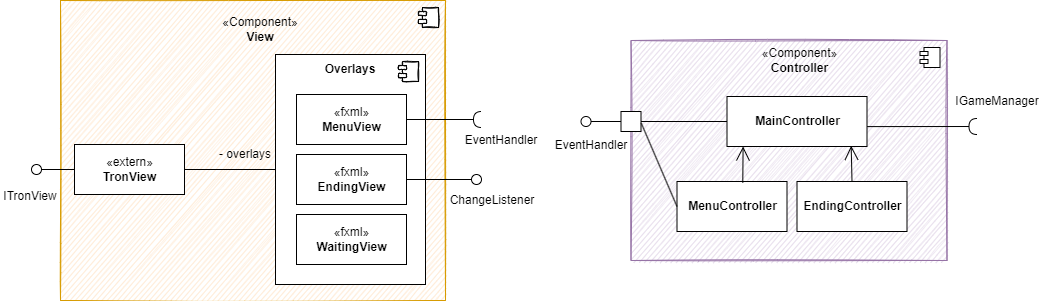
Earlier version of the draw.io export diagrams/bs_layer2_view_controller.png (sckoenig/Distributed-Tron). Source tidied: cells renumbered, new cells last; positions are measured from the earlier drawing's top-left corner, leaving out a move shared by most shapes.
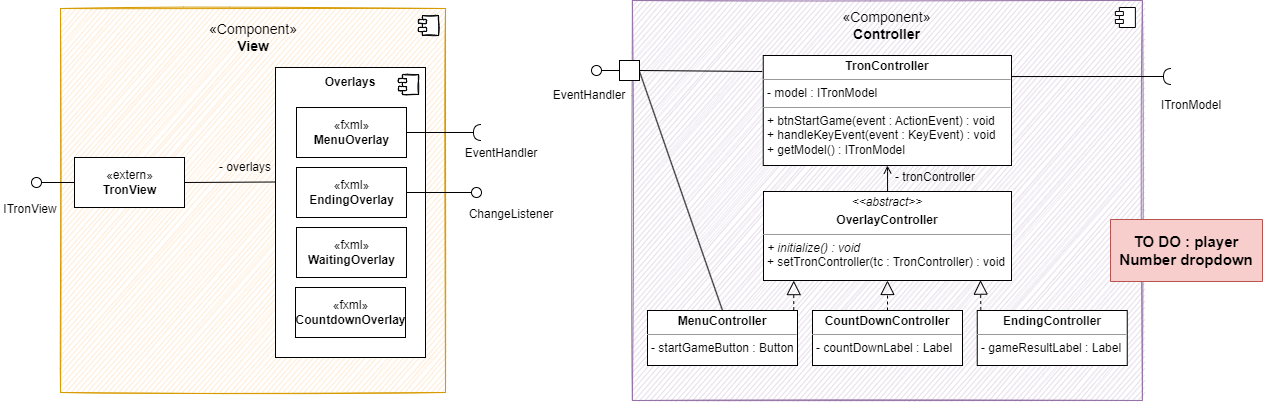
Above is the later version.

The edit, as a diff of the source:
```diff
@@ -3,21 +3,21 @@
     <mxCell id="0" />
     <mxCell id="1" parent="0" />
     <mxCell id="2" style="html=1;fillColor=#ffe6cc;strokeColor=#d79b00;sketch=1;" parent="1" vertex="1">
-      <mxGeometry x="60" width="385" height="300" as="geometry" />
+      <mxGeometry x="60" y="-5" width="385" height="384" as="geometry" />
     </mxCell>
     <mxCell id="3" style="shape=module;jettyWidth=8;jettyHeight=4;sketch=1;" parent="2" vertex="1">
       <mxGeometry x="1" width="20" height="20" relative="1" as="geometry">
         <mxPoint x="-27" y="7" as="offset" />
       </mxGeometry>
     </mxCell>
-    <mxCell id="4" value="&lt;span style=&quot;&quot;&gt;«Component»&lt;/span&gt;&lt;br style=&quot;&quot;&gt;&lt;b style=&quot;&quot;&gt;View&lt;/b&gt;" style="text;html=1;strokeColor=none;fillColor=none;align=center;verticalAlign=middle;whiteSpace=wrap;rounded=0;sketch=1;" parent="1" vertex="1">
-      <mxGeometry x="230" y="14" width="60" height="30" as="geometry" />
+    <mxCell id="4" value="&lt;font style=&quot;font-size: 14px;&quot;&gt;&lt;span style=&quot;&quot;&gt;«Component»&lt;/span&gt;&lt;br style=&quot;&quot;&gt;&lt;b style=&quot;&quot;&gt;View&lt;/b&gt;&lt;/font&gt;" style="text;html=1;strokeColor=none;fillColor=none;align=center;verticalAlign=middle;whiteSpace=wrap;rounded=0;sketch=1;" parent="1" vertex="1">
+      <mxGeometry x="222.5" y="9" width="60" height="30" as="geometry" />
     </mxCell>
     <mxCell id="5" value="«extern»&lt;br&gt;&lt;b&gt;TronView&lt;/b&gt;" style="html=1;fillColor=default;sketch=0;" parent="1" vertex="1">
       <mxGeometry x="74" y="144" width="110" height="50" as="geometry" />
     </mxCell>
     <mxCell id="6" style="html=1;sketch=0;" parent="1" vertex="1">
-      <mxGeometry x="275" y="54" width="150" height="230" as="geometry" />
+      <mxGeometry x="275" y="54" width="150" height="290" as="geometry" />
     </mxCell>
     <mxCell id="7" style="shape=module;jettyWidth=8;jettyHeight=4;sketch=1;" parent="6" vertex="1">
       <mxGeometry x="1" width="20" height="20" relative="1" as="geometry">
@@ -27,16 +27,16 @@
     <mxCell id="8" value="&lt;b&gt;Overlays&lt;/b&gt;" style="text;html=1;strokeColor=none;fillColor=none;align=center;verticalAlign=middle;whiteSpace=wrap;rounded=0;sketch=1;" parent="1" vertex="1">
       <mxGeometry x="320" y="54" width="60" height="30" as="geometry" />
     </mxCell>
-    <mxCell id="9" value="«fxml»&lt;br&gt;&lt;b&gt;MenuView&lt;/b&gt;" style="html=1;fillColor=default;sketch=0;" parent="1" vertex="1">
+    <mxCell id="9" value="«fxml»&lt;br&gt;&lt;b&gt;MenuOverlay&lt;/b&gt;" style="html=1;fillColor=default;sketch=0;" parent="1" vertex="1">
       <mxGeometry x="296" y="94" width="110" height="50" as="geometry" />
     </mxCell>
-    <mxCell id="10" value="«fxml»&lt;br&gt;&lt;b&gt;EndingView&lt;/b&gt;" style="html=1;fillColor=default;sketch=0;" parent="1" vertex="1">
+    <mxCell id="10" value="«fxml»&lt;br&gt;&lt;b&gt;EndingOverlay&lt;/b&gt;" style="html=1;fillColor=default;sketch=0;" parent="1" vertex="1">
       <mxGeometry x="296" y="154" width="110" height="50" as="geometry" />
     </mxCell>
-    <mxCell id="11" value="«fxml»&lt;br&gt;&lt;b&gt;WaitingView&lt;/b&gt;" style="html=1;fillColor=default;sketch=0;" parent="1" vertex="1">
+    <mxCell id="11" value="«fxml»&lt;br&gt;&lt;b&gt;WaitingOverlay&lt;/b&gt;" style="html=1;fillColor=default;sketch=0;" parent="1" vertex="1">
       <mxGeometry x="296" y="214" width="110" height="50" as="geometry" />
     </mxCell>
-    <mxCell id="12" style="endArrow=none;endFill=0;endSize=24;html=1;rounded=0;entryX=1;entryY=0.5;entryDx=0;entryDy=0;exitX=0;exitY=0.5;exitDx=0;exitDy=0;sketch=0;" parent="1" edge="1" source="6" target="5">
+    <mxCell id="12" style="endArrow=none;endFill=0;endSize=24;html=1;rounded=0;entryX=1;entryY=0.5;entryDx=0;entryDy=0;sketch=0;exitX=1;exitY=1;exitDx=0;exitDy=0;" parent="1" edge="1" source="26" target="5">
       <mxGeometry relative="1" as="geometry" />
     </mxCell>
     <mxCell id="13" style="rounded=0;jettySize=auto;html=1;endArrow=none;endFill=0;sketch=0;sourcePerimeterSpacing=0;targetPerimeterSpacing=0;exitX=0;exitY=0.5;exitDx=0;exitDy=0;" parent="1" edge="1" source="5" target="14">
@@ -49,76 +49,100 @@
       <mxGeometry y="181" width="60" height="30" as="geometry" />
     </mxCell>
     <mxCell id="16" style="html=1;fillColor=#e1d5e7;strokeColor=#9673a6;sketch=1;" parent="1" vertex="1">
-      <mxGeometry x="630.5" y="40" width="316" height="220" as="geometry" />
+      <mxGeometry x="631.9" y="-13" width="510" height="400" as="geometry" />
     </mxCell>
     <mxCell id="17" style="shape=module;jettyWidth=8;jettyHeight=4;sketch=0;" parent="16" vertex="1">
       <mxGeometry x="1" width="20" height="20" relative="1" as="geometry">
         <mxPoint x="-27" y="7" as="offset" />
       </mxGeometry>
     </mxCell>
-    <mxCell id="18" value="&lt;span style=&quot;&quot;&gt;«Component»&lt;/span&gt;&lt;br style=&quot;&quot;&gt;&lt;b style=&quot;&quot;&gt;Controller&lt;/b&gt;" style="text;html=1;strokeColor=none;fillColor=none;align=center;verticalAlign=middle;whiteSpace=wrap;rounded=0;sketch=0;" parent="1" vertex="1">
-      <mxGeometry x="771.5" y="45" width="55" height="30" as="geometry" />
+    <mxCell id="18" value="&lt;font style=&quot;font-size: 14px;&quot;&gt;&lt;span style=&quot;&quot;&gt;«Component»&lt;/span&gt;&lt;br style=&quot;&quot;&gt;&lt;b style=&quot;&quot;&gt;Controller&lt;/b&gt;&lt;/font&gt;" style="text;html=1;strokeColor=none;fillColor=none;align=center;verticalAlign=middle;whiteSpace=wrap;rounded=0;sketch=0;" parent="1" vertex="1">
+      <mxGeometry x="859.4" y="-3" width="55" height="30" as="geometry" />
     </mxCell>
-    <mxCell id="19" value="&lt;b&gt;MainController&lt;/b&gt;" style="html=1;fillColor=default;sketch=0;" parent="1" vertex="1">
-      <mxGeometry x="726.5" y="96" width="140" height="50" as="geometry" />
+    <mxCell id="19" style="rounded=0;orthogonalLoop=1;jettySize=auto;html=1;endArrow=halfCircle;endFill=0;endSize=6;strokeWidth=1;sketch=0;exitX=1.001;exitY=0.602;exitDx=0;exitDy=0;exitPerimeter=0;" parent="1" edge="1">
+      <mxGeometry relative="1" as="geometry">
+        <mxPoint x="901.9" y="63.1" as="sourcePoint" />
+        <mxPoint x="1171" y="63" as="targetPoint" />
+      </mxGeometry>
     </mxCell>
-    <mxCell id="20" value="&lt;b&gt;MenuController&lt;/b&gt;" style="html=1;fillColor=default;sketch=0;" parent="1" vertex="1">
-      <mxGeometry x="676.5" y="181" width="110" height="50" as="geometry" />
+    <mxCell id="20" value="- tronController" style="text;html=1;strokeColor=none;fillColor=none;align=center;verticalAlign=middle;whiteSpace=wrap;rounded=0;sketch=0;" parent="1" vertex="1">
+      <mxGeometry x="875" y="149" width="120" height="30" as="geometry" />
     </mxCell>
-    <mxCell id="21" style="endArrow=open;endFill=1;endSize=12;html=1;rounded=0;entryX=0.115;entryY=1;entryDx=0;entryDy=0;exitX=0.598;exitY=0.022;exitDx=0;exitDy=0;sketch=0;entryPerimeter=0;exitPerimeter=0;" parent="1" edge="1" source="20" target="19">
-      <mxGeometry relative="1" as="geometry" />
+    <mxCell id="21" style="rounded=0;jettySize=auto;html=1;endArrow=halfCircle;endFill=0;endSize=6;strokeWidth=1;sketch=0;" parent="1" edge="1" source="9">
+      <mxGeometry relative="1" as="geometry">
+        <mxPoint x="481" y="119" as="targetPoint" />
+      </mxGeometry>
     </mxCell>
-    <mxCell id="22" style="rounded=0;jettySize=auto;html=1;endArrow=halfCircle;endFill=0;endSize=6;strokeWidth=1;sketch=0;exitX=1.001;exitY=0.602;exitDx=0;exitDy=0;exitPerimeter=0;" parent="1" edge="1" source="19">
-      <mxGeometry relative="1" as="geometry">
-        <mxPoint x="976.5" y="126" as="targetPoint" />
-      </mxGeometry>
+    <mxCell id="22" value="EventHandler" style="text;html=1;strokeColor=none;fillColor=none;align=center;verticalAlign=middle;whiteSpace=wrap;rounded=0;sketch=1;" parent="1" vertex="1">
+      <mxGeometry x="471" y="125" width="60" height="30" as="geometry" />
     </mxCell>
-    <mxCell id="23" value="IGameManager" style="text;html=1;strokeColor=none;fillColor=none;align=center;verticalAlign=middle;whiteSpace=wrap;rounded=0;sketch=0;" parent="1" vertex="1">
-      <mxGeometry x="966.5" y="86" width="60" height="30" as="geometry" />
+    <mxCell id="23" style="ellipse;whiteSpace=wrap;html=1;align=center;points=[];outlineConnect=0;sketch=0;" parent="1" vertex="1">
+      <mxGeometry x="591" y="52" width="10" height="10" as="geometry" />
     </mxCell>
-    <mxCell id="24" style="rounded=0;jettySize=auto;html=1;endArrow=halfCircle;endFill=0;endSize=6;strokeWidth=1;sketch=0;" parent="1" edge="1" source="9">
-      <mxGeometry relative="1" as="geometry">
-        <mxPoint x="481" y="119" as="targetPoint" />
-      </mxGeometry>
+    <mxCell id="24" style="rounded=0;jettySize=auto;html=1;endArrow=none;endFill=0;sketch=0;sourcePerimeterSpacing=0;targetPerimeterSpacing=0;exitX=0;exitY=0.5;exitDx=0;exitDy=0;" parent="1" edge="1" source="27" target="23">
+      <mxGeometry relative="1" as="geometry" />
     </mxCell>
-    <mxCell id="25" value="EventHandler" style="text;html=1;strokeColor=none;fillColor=none;align=center;verticalAlign=middle;whiteSpace=wrap;rounded=0;sketch=1;" parent="1" vertex="1">
-      <mxGeometry x="471" y="125" width="60" height="30" as="geometry" />
+    <mxCell id="25" value="EventHandler" style="text;html=1;strokeColor=none;fillColor=none;align=center;verticalAlign=middle;whiteSpace=wrap;rounded=0;sketch=0;" parent="1" vertex="1">
+      <mxGeometry x="559" y="67" width="60" height="30" as="geometry" />
     </mxCell>
-    <mxCell id="26" style="ellipse;whiteSpace=wrap;html=1;align=center;points=[];outlineConnect=0;sketch=0;" parent="1" vertex="1">
-      <mxGeometry x="580.5" y="116" width="10" height="10" as="geometry" />
+    <mxCell id="26" value="- overlays" style="text;html=1;strokeColor=none;fillColor=none;align=center;verticalAlign=middle;whiteSpace=wrap;rounded=0;sketch=1;" parent="1" vertex="1">
+      <mxGeometry x="215" y="138.5" width="60" height="30" as="geometry" />
     </mxCell>
-    <mxCell id="27" style="rounded=0;jettySize=auto;html=1;endArrow=none;endFill=0;sketch=0;sourcePerimeterSpacing=0;targetPerimeterSpacing=0;exitX=0;exitY=0.5;exitDx=0;exitDy=0;" parent="1" edge="1" source="30" target="26">
-      <mxGeometry relative="1" as="geometry" />
+    <mxCell id="27" style="whiteSpace=wrap;html=1;sketch=0;" parent="1" vertex="1">
+      <mxGeometry x="619" y="47" width="20" height="20" as="geometry" />
     </mxCell>
-    <mxCell id="28" value="EventHandler" style="text;html=1;strokeColor=none;fillColor=none;align=center;verticalAlign=middle;whiteSpace=wrap;rounded=0;sketch=0;" parent="1" vertex="1">
-      <mxGeometry x="560.5" y="130" width="60" height="30" as="geometry" />
+    <mxCell id="28" style="endArrow=none;endSize=12;html=1;rounded=0;exitX=1;exitY=0.5;exitDx=0;exitDy=0;endFill=0;sketch=0;" parent="1" edge="1" source="27">
+      <mxGeometry relative="1" as="geometry">
+        <mxPoint x="761.8" y="58" as="targetPoint" />
+      </mxGeometry>
     </mxCell>
-    <mxCell id="29" value="- overlays" style="text;html=1;strokeColor=none;fillColor=none;align=center;verticalAlign=middle;whiteSpace=wrap;rounded=0;sketch=1;" parent="1" vertex="1">
-      <mxGeometry x="215" y="138.5" width="60" height="30" as="geometry" />
+    <mxCell id="29" style="endArrow=none;endSize=12;html=1;rounded=0;exitX=1.014;exitY=0.584;exitDx=0;exitDy=0;entryX=0.5;entryY=0;entryDx=0;entryDy=0;exitPerimeter=0;endFill=0;sketch=0;" parent="1" edge="1" source="27" target="38">
+      <mxGeometry x="0.03" y="10" relative="1" as="geometry" />
     </mxCell>
-    <mxCell id="30" style="whiteSpace=wrap;html=1;sketch=0;" parent="1" vertex="1">
-      <mxGeometry x="620.5" y="111" width="20" height="20" as="geometry" />
+    <mxCell id="30" style="rounded=0;jettySize=auto;html=1;endArrow=none;endFill=0;sketch=0;sourcePerimeterSpacing=0;targetPerimeterSpacing=0;exitX=1;exitY=0.5;exitDx=0;exitDy=0;" parent="1" edge="1" source="10" target="31">
+      <mxGeometry relative="1" as="geometry" />
     </mxCell>
-    <mxCell id="31" style="endArrow=none;endSize=12;html=1;rounded=0;exitX=1;exitY=0.5;exitDx=0;exitDy=0;endFill=0;sketch=0;" parent="1" edge="1" source="30" target="19">
-      <mxGeometry relative="1" as="geometry" />
+    <mxCell id="31" style="ellipse;whiteSpace=wrap;html=1;align=center;points=[];outlineConnect=0;sketch=0;" parent="1" vertex="1">
+      <mxGeometry x="471" y="174" width="10" height="10" as="geometry" />
     </mxCell>
-    <mxCell id="32" style="endArrow=none;endSize=12;html=1;rounded=0;exitX=1.014;exitY=0.584;exitDx=0;exitDy=0;entryX=0;entryY=0.5;entryDx=0;entryDy=0;exitPerimeter=0;endFill=0;sketch=0;" parent="1" edge="1" source="30" target="20">
-      <mxGeometry x="0.03" y="10" relative="1" as="geometry" />
+    <mxCell id="32" value="ChangeListener" style="text;html=1;strokeColor=none;fillColor=none;align=center;verticalAlign=middle;whiteSpace=wrap;rounded=0;" parent="1" vertex="1">
+      <mxGeometry x="480.8" y="186" width="60" height="30" as="geometry" />
     </mxCell>
-    <mxCell id="33" value="&lt;b&gt;EndingController&lt;/b&gt;" style="html=1;fillColor=default;sketch=0;" parent="1" vertex="1">
-      <mxGeometry x="796.5" y="181" width="110" height="50" as="geometry" />
+    <mxCell id="33" value="«fxml»&lt;br&gt;&lt;b&gt;CountdownOverlay&lt;/b&gt;" style="html=1;fillColor=default;sketch=0;" parent="1" vertex="1">
+      <mxGeometry x="295" y="274" width="110" height="50" as="geometry" />
     </mxCell>
-    <mxCell id="34" style="endArrow=open;endFill=1;endSize=12;html=1;rounded=0;exitX=0.5;exitY=0;exitDx=0;exitDy=0;sketch=0;entryX=0.887;entryY=0.986;entryDx=0;entryDy=0;entryPerimeter=0;" parent="1" edge="1" source="33" target="19">
+    <mxCell id="34" style="edgeStyle=orthogonalEdgeStyle;rounded=0;sketch=0;jettySize=auto;html=1;entryX=0.5;entryY=1;entryDx=0;entryDy=0;strokeColor=#000000;fontSize=12;endArrow=open;endFill=0;endSize=6;" parent="1" edge="1" source="35" target="39">
       <mxGeometry relative="1" as="geometry" />
     </mxCell>
-    <mxCell id="35" style="rounded=0;jettySize=auto;html=1;endArrow=none;endFill=0;sketch=0;sourcePerimeterSpacing=0;targetPerimeterSpacing=0;exitX=1;exitY=0.5;exitDx=0;exitDy=0;" parent="1" edge="1" source="10" target="36">
-      <mxGeometry relative="1" as="geometry" />
+    <mxCell id="35" value="&lt;p style=&quot;margin:0px;margin-top:4px;text-align:center;&quot;&gt;&lt;i&gt;&amp;lt;&amp;lt;abstract&lt;/i&gt;&lt;i style=&quot;background-color: initial;&quot;&gt;&amp;gt;&amp;gt;&lt;/i&gt;&lt;/p&gt;&lt;p style=&quot;margin:0px;margin-top:4px;text-align:center;&quot;&gt;&lt;b&gt;OverlayController&lt;/b&gt;&lt;/p&gt;&lt;hr size=&quot;1&quot;&gt;&lt;p style=&quot;margin: 0px 0px 0px 4px;&quot;&gt;&lt;i&gt;+ initialize() : void&lt;/i&gt;&lt;/p&gt;&lt;p style=&quot;margin: 0px 0px 0px 4px;&quot;&gt;+ setTronController(tc : TronController) : void&lt;/p&gt;&lt;div style=&quot;padding: 0px; margin: 0px;&quot;&gt;&lt;br style=&quot;padding: 0px; margin: 0px;&quot;&gt;&lt;/div&gt;&lt;div style=&quot;padding: 0px; margin: 0px;&quot;&gt;&lt;br style=&quot;padding: 0px; margin: 0px;&quot;&gt;&lt;/div&gt;&lt;div style=&quot;padding: 0px; margin: 0px;&quot;&gt;&lt;br style=&quot;padding: 0px; margin: 0px;&quot;&gt;&lt;/div&gt;&lt;p style=&quot;margin:0px;margin-left:4px;&quot;&gt;&lt;br&gt;&lt;/p&gt;" style="verticalAlign=top;align=left;overflow=fill;fontSize=12;fontFamily=Helvetica;html=1;" parent="1" vertex="1">
+      <mxGeometry x="763" y="178" width="248" height="89" as="geometry" />
     </mxCell>
-    <mxCell id="36" style="ellipse;whiteSpace=wrap;html=1;align=center;points=[];outlineConnect=0;sketch=0;" parent="1" vertex="1">
-      <mxGeometry x="471" y="174" width="10" height="10" as="geometry" />
+    <mxCell id="36" value="&lt;p style=&quot;margin:0px;margin-top:4px;text-align:center;&quot;&gt;&lt;span style=&quot;font-weight: 700;&quot;&gt;EndingController&lt;/span&gt;&lt;br&gt;&lt;/p&gt;&lt;hr size=&quot;1&quot;&gt;&lt;p style=&quot;margin:0px;margin-left:4px;&quot;&gt;- gameResultLabel : Label&lt;/p&gt;&lt;p style=&quot;margin:0px;margin-left:4px;&quot;&gt;&lt;br&gt;&lt;/p&gt;&lt;div style=&quot;padding: 0px; margin: 0px;&quot;&gt;&lt;br style=&quot;padding: 0px; margin: 0px;&quot;&gt;&lt;/div&gt;&lt;div style=&quot;padding: 0px; margin: 0px;&quot;&gt;&lt;br style=&quot;padding: 0px; margin: 0px;&quot;&gt;&lt;/div&gt;&lt;div style=&quot;padding: 0px; margin: 0px;&quot;&gt;&lt;br style=&quot;padding: 0px; margin: 0px;&quot;&gt;&lt;/div&gt;" style="verticalAlign=top;align=left;overflow=fill;fontSize=12;fontFamily=Helvetica;html=1;sketch=0;fillColor=default;" parent="1" vertex="1">
+      <mxGeometry x="976.8" y="297" width="150" height="55" as="geometry" />
     </mxCell>
-    <mxCell id="37" value="ChangeListener" style="text;html=1;strokeColor=none;fillColor=none;align=center;verticalAlign=middle;whiteSpace=wrap;rounded=0;" parent="1" vertex="1">
-      <mxGeometry x="462" y="185" width="60" height="30" as="geometry" />
+    <mxCell id="37" value="&lt;p style=&quot;margin:0px;margin-top:4px;text-align:center;&quot;&gt;&lt;span style=&quot;font-weight: 700;&quot;&gt;CountDownController&lt;/span&gt;&lt;br&gt;&lt;/p&gt;&lt;hr size=&quot;1&quot;&gt;&lt;p style=&quot;margin:0px;margin-left:4px;&quot;&gt;- countDownLabel : Label&lt;/p&gt;&lt;p style=&quot;margin:0px;margin-left:4px;&quot;&gt;&lt;br&gt;&lt;/p&gt;&lt;div style=&quot;padding: 0px; margin: 0px;&quot;&gt;&lt;br style=&quot;padding: 0px; margin: 0px;&quot;&gt;&lt;/div&gt;&lt;div style=&quot;padding: 0px; margin: 0px;&quot;&gt;&lt;br style=&quot;padding: 0px; margin: 0px;&quot;&gt;&lt;/div&gt;&lt;div style=&quot;padding: 0px; margin: 0px;&quot;&gt;&lt;br style=&quot;padding: 0px; margin: 0px;&quot;&gt;&lt;/div&gt;" style="verticalAlign=top;align=left;overflow=fill;fontSize=12;fontFamily=Helvetica;html=1;sketch=0;fillColor=default;" parent="1" vertex="1">
+      <mxGeometry x="812" y="297" width="150" height="55" as="geometry" />
     </mxCell>
+    <mxCell id="38" value="&lt;p style=&quot;margin:0px;margin-top:4px;text-align:center;&quot;&gt;&lt;span style=&quot;font-weight: 700;&quot;&gt;MenuController&lt;/span&gt;&lt;br&gt;&lt;/p&gt;&lt;hr size=&quot;1&quot;&gt;&lt;p style=&quot;margin:0px;margin-left:4px;&quot;&gt;- startGameButton : Button&lt;/p&gt;&lt;p style=&quot;margin:0px;margin-left:4px;&quot;&gt;&lt;br&gt;&lt;/p&gt;&lt;div style=&quot;padding: 0px; margin: 0px;&quot;&gt;&lt;br style=&quot;padding: 0px; margin: 0px;&quot;&gt;&lt;/div&gt;&lt;div style=&quot;padding: 0px; margin: 0px;&quot;&gt;&lt;br style=&quot;padding: 0px; margin: 0px;&quot;&gt;&lt;/div&gt;&lt;div style=&quot;padding: 0px; margin: 0px;&quot;&gt;&lt;br style=&quot;padding: 0px; margin: 0px;&quot;&gt;&lt;/div&gt;" style="verticalAlign=top;align=left;overflow=fill;fontSize=12;fontFamily=Helvetica;html=1;sketch=0;fillColor=default;" parent="1" vertex="1">
+      <mxGeometry x="647" y="297" width="150" height="55" as="geometry" />
+    </mxCell>
+    <mxCell id="39" value="&lt;p style=&quot;margin:0px;margin-top:4px;text-align:center;&quot;&gt;&lt;span style=&quot;font-weight: 700;&quot;&gt;TronController&lt;/span&gt;&lt;br&gt;&lt;/p&gt;&lt;hr size=&quot;1&quot;&gt;&lt;p style=&quot;margin:0px;margin-left:4px;&quot;&gt;- model : ITronModel&lt;/p&gt;&lt;hr size=&quot;1&quot;&gt;&lt;p style=&quot;margin:0px;margin-left:4px;&quot;&gt;+ btnStartGame(event : ActionEvent) : void&lt;/p&gt;&lt;p style=&quot;margin:0px;margin-left:4px;&quot;&gt;+ handleKeyEvent(event : KeyEvent) : void&lt;/p&gt;&lt;p style=&quot;margin:0px;margin-left:4px;&quot;&gt;+ getModel() : ITronModel&lt;/p&gt;&lt;div style=&quot;padding: 0px; margin: 0px;&quot;&gt;&lt;br style=&quot;padding: 0px; margin: 0px;&quot;&gt;&lt;/div&gt;&lt;div style=&quot;padding: 0px; margin: 0px;&quot;&gt;&lt;br style=&quot;padding: 0px; margin: 0px;&quot;&gt;&lt;/div&gt;&lt;div style=&quot;padding: 0px; margin: 0px;&quot;&gt;&lt;br style=&quot;padding: 0px; margin: 0px;&quot;&gt;&lt;/div&gt;" style="verticalAlign=top;align=left;overflow=fill;fontSize=12;fontFamily=Helvetica;html=1;sketch=0;fillColor=default;" parent="1" vertex="1">
+      <mxGeometry x="762.8" y="42" width="248.2" height="110" as="geometry" />
+    </mxCell>
+    <mxCell id="40" style="endArrow=block;dashed=1;endFill=0;endSize=12;html=1;rounded=0;sketch=0;strokeColor=#000000;fontSize=12;entryX=0.5;entryY=1;entryDx=0;entryDy=0;" parent="1" edge="1" source="37" target="35">
+      <mxGeometry relative="1" as="geometry" />
+    </mxCell>
+    <mxCell id="41" style="endArrow=block;dashed=1;endFill=0;endSize=12;html=1;rounded=0;sketch=0;strokeColor=#000000;fontSize=12;entryX=0.875;entryY=0.996;entryDx=0;entryDy=0;entryPerimeter=0;exitX=0.024;exitY=-0.008;exitDx=0;exitDy=0;exitPerimeter=0;" parent="1" edge="1" source="36" target="35">
+      <mxGeometry relative="1" as="geometry" />
+    </mxCell>
+    <mxCell id="42" style="endArrow=block;dashed=1;endFill=0;endSize=12;html=1;rounded=0;sketch=0;strokeColor=#000000;fontSize=12;entryX=0.122;entryY=1.001;entryDx=0;entryDy=0;entryPerimeter=0;exitX=0.975;exitY=-0.008;exitDx=0;exitDy=0;exitPerimeter=0;" parent="1" edge="1" source="38" target="35">
+      <mxGeometry relative="1" as="geometry" />
+    </mxCell>
+    <mxCell id="43" value="ITronModel" style="text;html=1;strokeColor=none;fillColor=none;align=center;verticalAlign=middle;whiteSpace=wrap;rounded=0;sketch=0;" parent="1" vertex="1">
+      <mxGeometry x="1161" y="77" width="60" height="30" as="geometry" />
+    </mxCell>
+    <mxCell id="44" value="&lt;font style=&quot;font-size: 15px;&quot;&gt;&lt;b&gt;TO DO : player Number dropdown&lt;/b&gt;&lt;/font&gt;" style="text;html=1;strokeColor=#b85450;fillColor=#f8cecc;align=center;verticalAlign=middle;whiteSpace=wrap;rounded=0;direction=south;" parent="1" vertex="1">
+      <mxGeometry x="1110" y="206" width="152" height="62" as="geometry" />
+    </mxCell>
   </root>
 </mxGraphModel>
```
